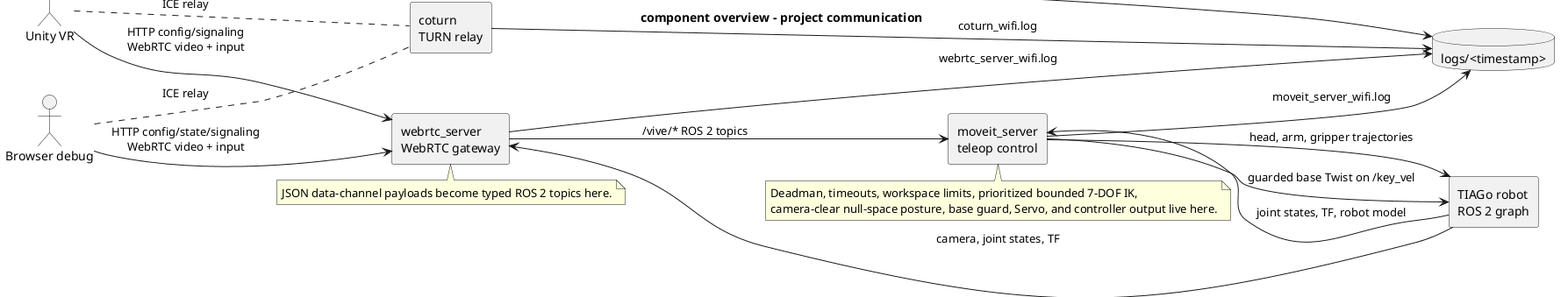
Earlier version of the PlantUML export docs/architecture/component/overview.png (ichores-research/vive_teleop).
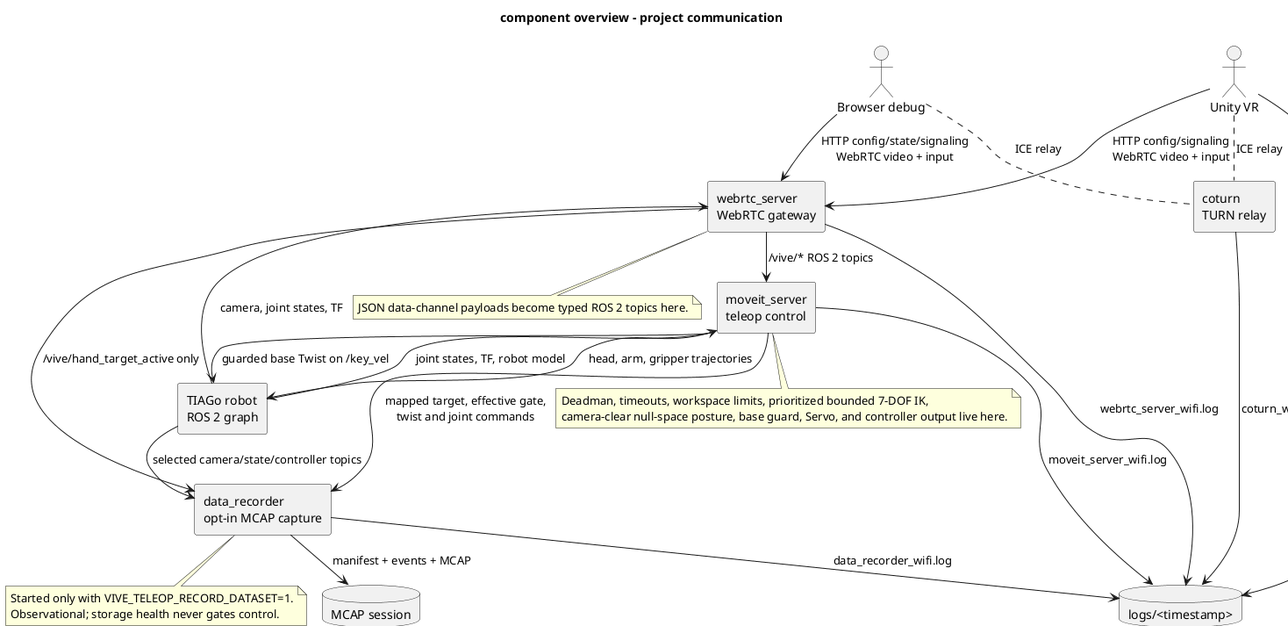
The same diagram one commit later.

Change to the diagram source:
```diff
@@ -2,7 +2,7 @@
 !pragma layout smetana
 title component overview - project communication
 
-left to right direction
+top to bottom direction
 skinparam componentStyle rectangle
 skinparam shadowing false
 skinparam defaultFontName Monospace
@@ -15,7 +15,9 @@
 component "moveit_server\nteleop control" as MoveItServer
 component "TIAGo robot\nROS 2 graph" as Robot
 component "coturn\nTURN relay" as Coturn
+component "data_recorder\nopt-in MCAP capture" as Recorder
 database "logs/<timestamp>" as Logs
+database "MCAP session" as Dataset
 
 Unity --> WebRtcServer : HTTP config/signaling\nWebRTC video + input
 Browser --> WebRtcServer : HTTP config/state/signaling\nWebRTC video + input
@@ -27,11 +29,16 @@
 Robot --> MoveItServer : joint states, TF, robot model
 MoveItServer --> Robot : head, arm, gripper trajectories
 MoveItServer --> Robot : guarded base Twist on /key_vel
+Robot --> Recorder : selected camera/state/controller topics
+MoveItServer --> Recorder : mapped target, effective gate,\ntwist and joint commands
+WebRtcServer --> Recorder : /vive/hand_target_active only
+Recorder --> Dataset : manifest + events + MCAP
 
 WebRtcServer --> Logs : webrtc_server_wifi.log
 MoveItServer --> Logs : moveit_server_wifi.log
 Coturn --> Logs : coturn_wifi.log
 Unity --> Logs : unity-player.log
+Recorder --> Logs : data_recorder_wifi.log
 
 note bottom of WebRtcServer
   JSON data-channel payloads become typed ROS 2 topics here.
@@ -42,4 +49,9 @@
   camera-clear null-space posture, base guard, Servo, and controller output live here.
 end note
 
+note bottom of Recorder
+  Started only with VIVE_TELEOP_RECORD_DATASET=1.
+  Observational; storage health never gates control.
+end note
+
 @enduml
```
